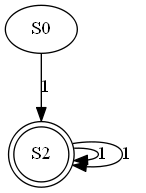
Above: ReporteJS.png in horacio-ciraiz/ANALIZDOR-ML-WEB (Graphviz), before the change. Its source is kept beside it as ReporteJS.dot.
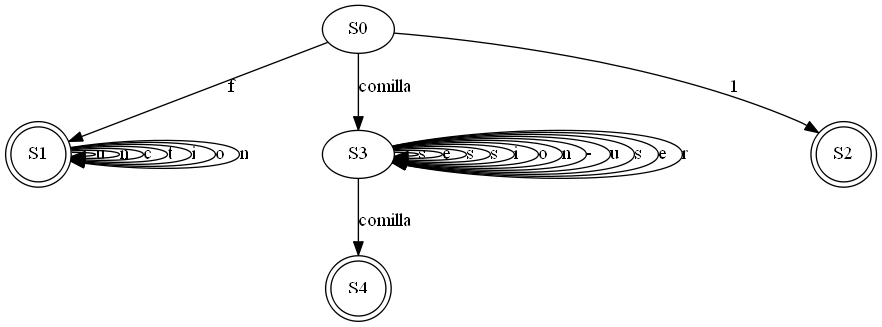
Later version of the same file.

Change to the diagram source:
```diff
@@ -1,5 +1,27 @@
-digraph G {S0->S2 [label="1"]
-S2->S2 [label="1"]
-S2->S2 [label="1"]
+digraph G {S0->S1 [label="f"]
+S1->S1 [label="u"]
+S1->S1 [label="n"]
+S1->S1 [label="c"]
+S1->S1 [label="t"]
+S1->S1 [label="i"]
+S1->S1 [label="o"]
+S1->S1 [label="n"]
+S1[shape="doublecircle"]
+S0->S3 [label="comilla"]
+S3->S3 [label="s"]
+S3->S3 [label="e"]
+S3->S3 [label="s"]
+S3->S3 [label="s"]
+S3->S3 [label="i"]
+S3->S3 [label="o"]
+S3->S3 [label="n"]
+S3->S3 [label="-"]
+S3->S3 [label="u"]
+S3->S3 [label="s"]
+S3->S3 [label="e"]
+S3->S3 [label="r"]
+S3->S4 [label="comilla"]
+S4[shape="doublecircle"]
+S0->S2 [label="1"]
 S2[shape="doublecircle"]
 }
```
